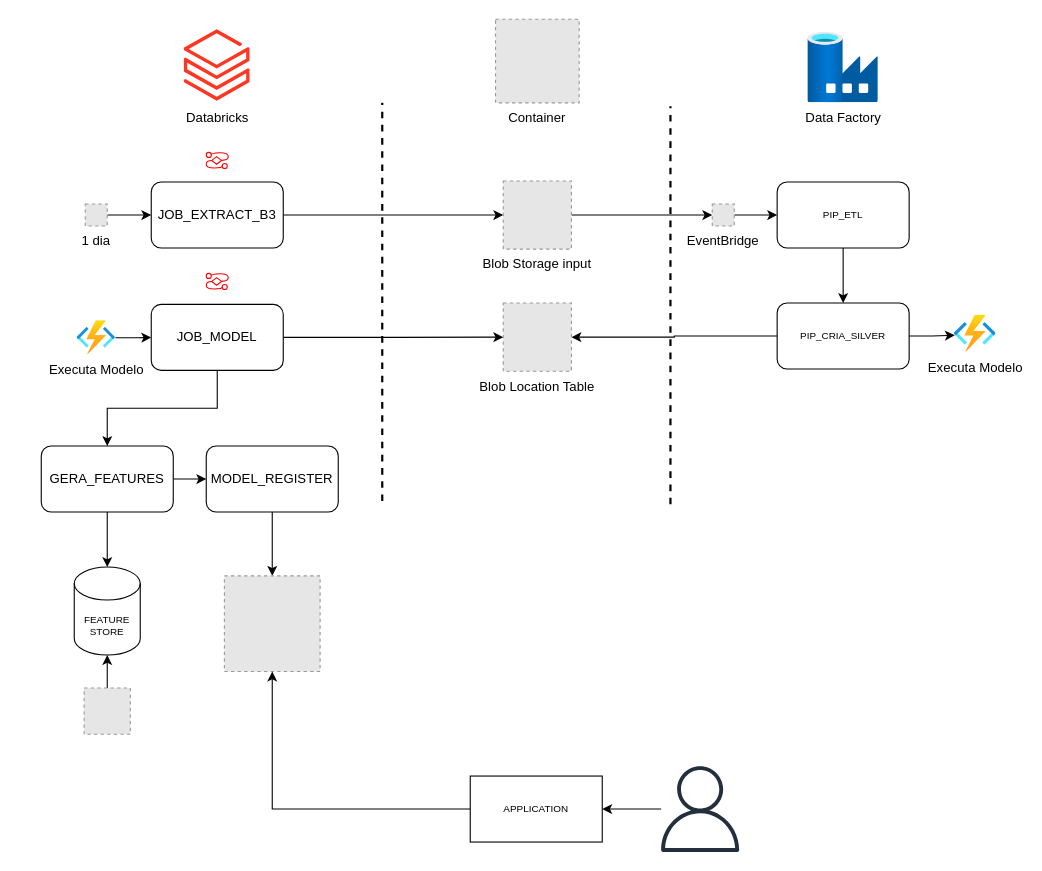
Earlier version of the draw.io diagram arquitetura.drawio (guiTavares13/lstm_tech_challenge4_fiap). Source tidied: cells renumbered, new cells numbered last; positions are measured from the earlier drawing's top-left corner, leaving out a move shared by most shapes. Both pictures are drawn from the tidied source at 110%, with x=0, y=0 at pixel (41, 19). Pictures stored in the file or linked from it are replaced by grey dashed boxes.
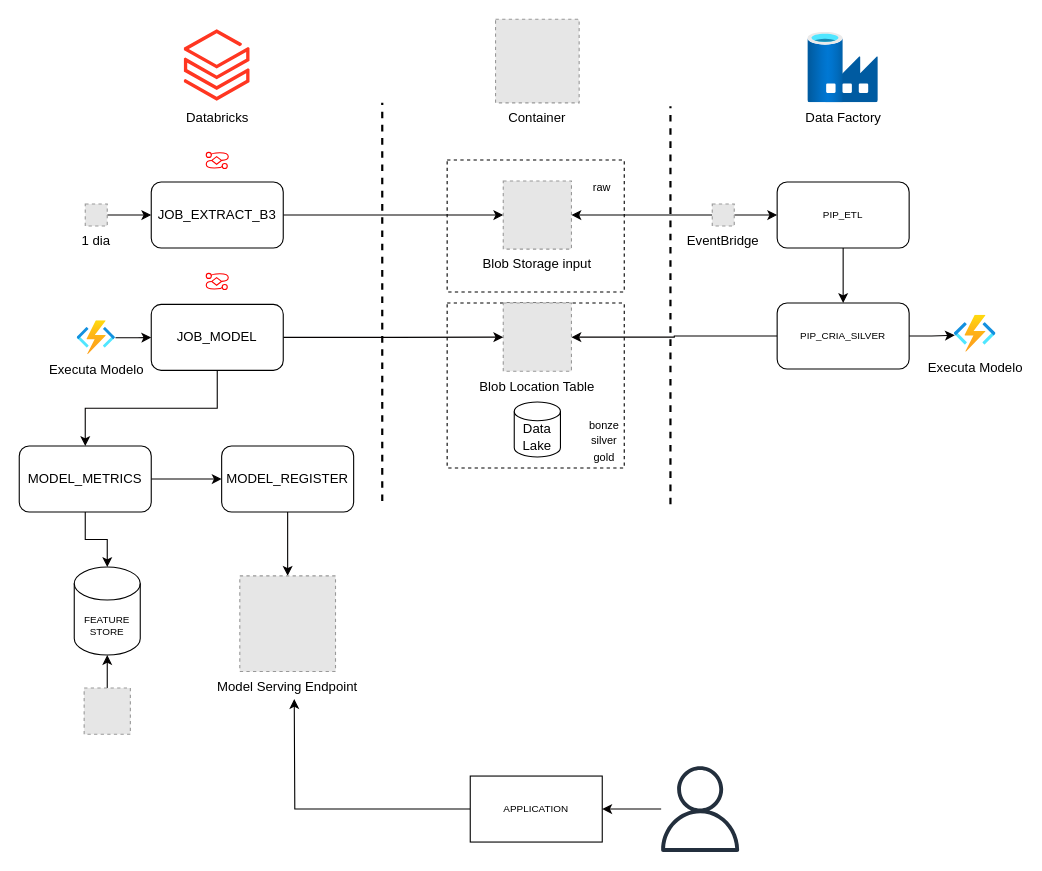
After the change.

Unchanged cells that the change refers to:
```xml
<mxCell id="16" value="Blob Storage input" style="fillColor=#E6E6E6;strokeColor=#999999;dashed=1;verticalLabelPosition=bottom;labelBackgroundColor=default;verticalAlign=top;" parent="1" vertex="1">
  <mxGeometry x="420" y="147" width="62" height="62" as="geometry" />
</mxCell>
<mxCell id="22" value="EventBridge" style="fillColor=#E6E6E6;strokeColor=#999999;dashed=1;verticalLabelPosition=bottom;labelBackgroundColor=default;verticalAlign=top;" parent="1" vertex="1">
  <mxGeometry x="610" y="168" width="20" height="20" as="geometry" />
</mxCell>
<mxCell id="49" value="APPLICATION" style="rounded=0;whiteSpace=wrap;html=1;labelBackgroundColor=none;strokeColor=#000000;strokeWidth=1;fontSize=9;" parent="1" vertex="1">
  <mxGeometry x="390" y="688" width="120" height="60" as="geometry" />
</mxCell>
```

Diff of the diagram source:
```diff
@@
+    <mxCell id="52" style="rounded=0;whiteSpace=wrap;html=1;dashed=1;" parent="1" vertex="1">
+      <mxGeometry x="369" y="128" width="161" height="120" as="geometry" />
+    </mxCell>
+    <mxCell id="53" style="rounded=0;whiteSpace=wrap;html=1;dashed=1;" parent="1" vertex="1">
+      <mxGeometry x="369" y="258" width="161" height="150" as="geometry" />
+    </mxCell>
@@
-    <mxCell id="15" style="edgeStyle=orthogonalEdgeStyle;rounded=0;jettySize=auto;html=1;entryX=0;entryY=0.5;entryDx=0;entryDy=0;strokeColor=#030000;strokeWidth=1;fontSize=3;endArrow=classic;endFill=1;" parent="1" edge="1" source="16" target="22">
-      <mxGeometry relative="1" as="geometry" />
-    </mxCell>
@@
+    <mxCell id="54" style="edgeStyle=orthogonalEdgeStyle;rounded=0;jettySize=auto;html=1;fontSize=10;" parent="1" edge="1" source="22" target="16">
+      <mxGeometry relative="1" as="geometry" />
+    </mxCell>
@@
-    <mxCell id="41" value="GERA_FEATURES" style="rounded=1;whiteSpace=wrap;html=1;" parent="1" vertex="1">
-      <mxGeometry y="388" width="120" height="60" as="geometry" />
+    <mxCell id="41" value="MODEL_METRICS" style="rounded=1;whiteSpace=wrap;html=1;" parent="1" vertex="1">
+      <mxGeometry x="-20" y="388" width="120" height="60" as="geometry" />
     </mxCell>
@@
     <mxCell id="43" value="MODEL_REGISTER" style="rounded=1;whiteSpace=wrap;html=1;" parent="1" vertex="1">
-      <mxGeometry x="150" y="388" width="120" height="60" as="geometry" />
+      <mxGeometry x="164" y="388" width="120" height="60" as="geometry" />
     </mxCell>
@@
-    <mxCell id="47" style="fillColor=#E6E6E6;strokeColor=#999999;dashed=1;verticalLabelPosition=bottom;labelBackgroundColor=default;verticalAlign=top;" parent="1" vertex="1">
-      <mxGeometry x="166.5" y="506" width="87" height="87" as="geometry" />
+    <mxCell id="47" value="Model Serving Endpoint" style="fillColor=#E6E6E6;strokeColor=#999999;dashed=1;verticalLabelPosition=bottom;labelBackgroundColor=default;verticalAlign=top;" parent="1" vertex="1">
+      <mxGeometry x="180.5" y="506" width="87" height="87" as="geometry" />
     </mxCell>
-    <mxCell id="48" style="edgeStyle=orthogonalEdgeStyle;rounded=0;jettySize=auto;html=1;entryX=0.5;entryY=1;entryDx=0;entryDy=0;strokeColor=#030000;strokeWidth=1;fontSize=9;endArrow=classic;endFill=1;" parent="1" edge="1" source="49" target="47">
-      <mxGeometry relative="1" as="geometry" />
-    </mxCell>
+    <mxCell id="55" style="edgeStyle=orthogonalEdgeStyle;rounded=0;jettySize=auto;html=1;" parent="1" edge="1" source="49">
+      <mxGeometry relative="1" as="geometry">
+        <mxPoint x="230" y="618" as="targetPoint" />
+      </mxGeometry>
+    </mxCell>
@@
+    <mxCell id="56" value="Data&lt;br&gt;Lake" style="shape=cylinder3;whiteSpace=wrap;html=1;boundedLbl=1;backgroundOutline=1;size=8.5;" parent="1" vertex="1">
+      <mxGeometry x="430" y="348" width="42" height="50" as="geometry" />
+    </mxCell>
+    <mxCell id="57" value="&lt;font style=&quot;font-size: 10px;&quot;&gt;bonze&lt;br&gt;silver&lt;br&gt;gold&lt;/font&gt;" style="text;html=1;strokeColor=none;fillColor=none;align=center;verticalAlign=middle;whiteSpace=wrap;rounded=0;dashed=1;" parent="1" vertex="1">
+      <mxGeometry x="482" y="368" width="60" height="30" as="geometry" />
+    </mxCell>
+    <mxCell id="58" value="&lt;span style=&quot;font-size: 10px;&quot;&gt;raw&lt;/span&gt;" style="text;html=1;strokeColor=none;fillColor=none;align=center;verticalAlign=middle;whiteSpace=wrap;rounded=0;dashed=1;" parent="1" vertex="1">
+      <mxGeometry x="480" y="138" width="60" height="30" as="geometry" />
+    </mxCell>
```
